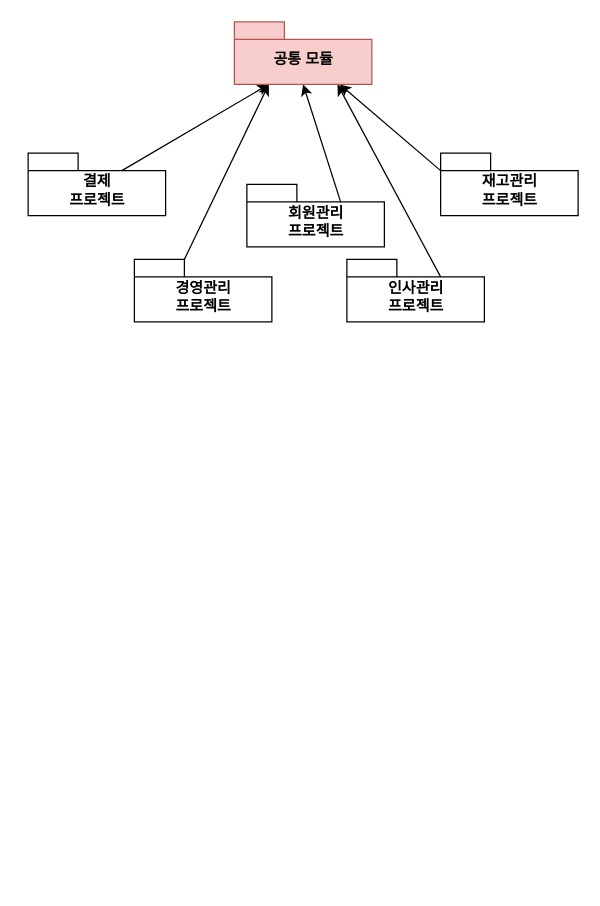
This is _posts/_image/_drawio/2019.s1.drawio from rura6502/rura6502.github.io, a draw.io file, before an edit. Source tidied: cells renumbered, new cells numbered last; positions are measured from the earlier drawing's top-left corner, leaving out a move shared by most shapes. Both pictures are drawn from the tidied source at 125%, with x=0, y=0 at pixel (28, 21).
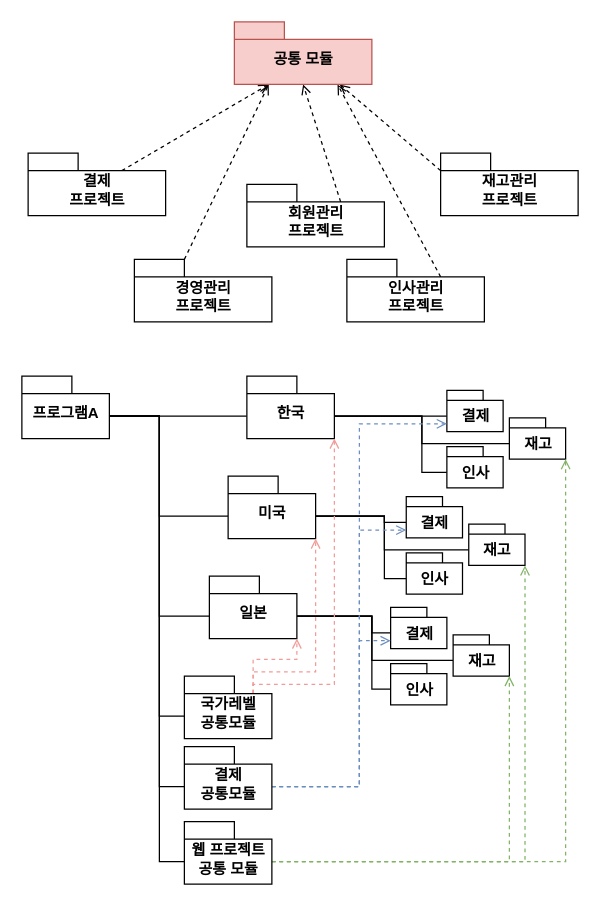
After the change.

Unchanged cells that the change refers to:
```xml
<mxCell id="3" value="결제&lt;br&gt;프로젝트&lt;br&gt;" style="shape=folder;fontStyle=1;spacingTop=10;tabWidth=40;tabHeight=14;tabPosition=left;html=1;" parent="1" vertex="1">
  <mxGeometry y="105" width="110" height="50" as="geometry" />
</mxCell>
<mxCell id="5" value="회원관리&lt;br&gt;프로젝트&lt;br&gt;" style="shape=folder;fontStyle=1;spacingTop=10;tabWidth=40;tabHeight=14;tabPosition=left;html=1;" parent="1" vertex="1">
  <mxGeometry x="175" y="130" width="110" height="50" as="geometry" />
</mxCell>
<mxCell id="7" value="재고관리&lt;br&gt;프로젝트&lt;br&gt;" style="shape=folder;fontStyle=1;spacingTop=10;tabWidth=40;tabHeight=14;tabPosition=left;html=1;" parent="1" vertex="1">
  <mxGeometry x="330" y="105" width="110" height="50" as="geometry" />
</mxCell>
<mxCell id="9" value="인사관리&lt;br&gt;프로젝트&lt;br&gt;" style="shape=folder;fontStyle=1;spacingTop=10;tabWidth=40;tabHeight=14;tabPosition=left;html=1;" parent="1" vertex="1">
  <mxGeometry x="255" y="190" width="110" height="50" as="geometry" />
</mxCell>
<mxCell id="11" value="경영관리&lt;br&gt;프로젝트&lt;br&gt;" style="shape=folder;fontStyle=1;spacingTop=10;tabWidth=40;tabHeight=14;tabPosition=left;html=1;" parent="1" vertex="1">
  <mxGeometry x="85" y="190" width="110" height="50" as="geometry" />
</mxCell>
<mxCell id="12" value="공통 모듈&lt;br&gt;" style="shape=folder;fontStyle=1;spacingTop=10;tabWidth=40;tabHeight=14;tabPosition=left;html=1;fillColor=#f8cecc;strokeColor=#b85450;" parent="1" vertex="1">
  <mxGeometry x="165" width="110" height="50" as="geometry" />
</mxCell>
```

Diff of the diagram source:
```diff
@@
-    <mxCell id="2" style="rounded=0;jettySize=auto;html=1;exitX=0;exitY=0;exitDx=75;exitDy=14;exitPerimeter=0;entryX=0.25;entryY=1;entryDx=0;entryDy=0;entryPerimeter=0;" parent="1" edge="1" source="3" target="12">
+    <mxCell id="2" style="rounded=0;jettySize=auto;html=1;exitX=0;exitY=0;exitDx=75;exitDy=14;exitPerimeter=0;entryX=0.25;entryY=1;entryDx=0;entryDy=0;entryPerimeter=0;endArrow=open;endFill=0;dashed=1;" parent="1" edge="1" source="3" target="12">
       <mxGeometry relative="1" as="geometry" />
     </mxCell>
@@
-    <mxCell id="4" style="edgeStyle=none;rounded=0;jettySize=auto;html=1;exitX=0;exitY=0;exitDx=75;exitDy=14;exitPerimeter=0;entryX=0.5;entryY=1;entryDx=0;entryDy=0;entryPerimeter=0;" parent="1" edge="1" source="5" target="12">
+    <mxCell id="4" style="edgeStyle=none;rounded=0;jettySize=auto;html=1;exitX=0;exitY=0;exitDx=75;exitDy=14;exitPerimeter=0;entryX=0.5;entryY=1;entryDx=0;entryDy=0;entryPerimeter=0;endArrow=open;endFill=0;dashed=1;" parent="1" edge="1" source="5" target="12">
       <mxGeometry relative="1" as="geometry" />
     </mxCell>
@@
-    <mxCell id="6" style="edgeStyle=none;rounded=0;jettySize=auto;html=1;exitX=0;exitY=0;exitDx=0;exitDy=14;exitPerimeter=0;" parent="1" edge="1" source="7" target="12">
+    <mxCell id="6" style="edgeStyle=none;rounded=0;jettySize=auto;html=1;exitX=0;exitY=0;exitDx=0;exitDy=14;exitPerimeter=0;endArrow=open;endFill=0;dashed=1;" parent="1" edge="1" source="7" target="12">
       <mxGeometry relative="1" as="geometry" />
     </mxCell>
@@
-    <mxCell id="8" style="edgeStyle=none;rounded=0;jettySize=auto;html=1;exitX=0;exitY=0;exitDx=75;exitDy=14;exitPerimeter=0;entryX=0.75;entryY=1;entryDx=0;entryDy=0;entryPerimeter=0;" parent="1" edge="1" source="9" target="12">
+    <mxCell id="8" style="edgeStyle=none;rounded=0;jettySize=auto;html=1;exitX=0;exitY=0;exitDx=75;exitDy=14;exitPerimeter=0;entryX=0.75;entryY=1;entryDx=0;entryDy=0;entryPerimeter=0;endArrow=open;endFill=0;dashed=1;" parent="1" edge="1" source="9" target="12">
       <mxGeometry relative="1" as="geometry" />
     </mxCell>
@@
-    <mxCell id="10" style="edgeStyle=none;rounded=0;jettySize=auto;html=1;exitX=0;exitY=0;exitDx=40;exitDy=0;exitPerimeter=0;entryX=0.25;entryY=1;entryDx=0;entryDy=0;entryPerimeter=0;" parent="1" edge="1" source="11" target="12">
+    <mxCell id="10" style="edgeStyle=none;rounded=0;jettySize=auto;html=1;exitX=0;exitY=0;exitDx=40;exitDy=0;exitPerimeter=0;entryX=0.25;entryY=1;entryDx=0;entryDy=0;entryPerimeter=0;endArrow=open;endFill=0;dashed=1;" parent="1" edge="1" source="11" target="12">
       <mxGeometry relative="1" as="geometry" />
     </mxCell>
@@
+    <mxCell id="13" style="edgeStyle=none;rounded=0;jettySize=auto;html=1;exitX=0;exitY=0;exitDx=70;exitDy=32;exitPerimeter=0;entryX=0;entryY=0;entryDx=0;entryDy=32;entryPerimeter=0;endArrow=none;endFill=0;startArrow=none;startFill=0;" parent="1" edge="1" source="19" target="23">
+      <mxGeometry relative="1" as="geometry" />
+    </mxCell>
+    <mxCell id="14" style="edgeStyle=orthogonalEdgeStyle;rounded=0;jettySize=auto;html=1;exitX=0;exitY=0;exitDx=70;exitDy=32;exitPerimeter=0;entryX=0;entryY=0;entryDx=0;entryDy=32;entryPerimeter=0;endArrow=none;endFill=0;" parent="1" edge="1" source="19" target="27">
+      <mxGeometry relative="1" as="geometry">
+        <Array as="points">
+          <mxPoint x="105" y="315.3" />
+          <mxPoint x="105" y="395.3" />
+        </Array>
+      </mxGeometry>
+    </mxCell>
+    <mxCell id="15" style="edgeStyle=orthogonalEdgeStyle;rounded=0;jettySize=auto;html=1;exitX=0;exitY=0;exitDx=70;exitDy=32;exitPerimeter=0;entryX=0;entryY=0;entryDx=0;entryDy=32;entryPerimeter=0;endArrow=none;endFill=0;" parent="1" edge="1" source="19" target="31">
+      <mxGeometry relative="1" as="geometry" />
+    </mxCell>
+    <mxCell id="16" style="edgeStyle=orthogonalEdgeStyle;rounded=0;jettySize=auto;html=1;exitX=0;exitY=0;exitDx=70;exitDy=32;exitPerimeter=0;entryX=0;entryY=0;entryDx=0;entryDy=32;entryPerimeter=0;endArrow=none;endFill=0;" parent="1" edge="1" source="19" target="35">
+      <mxGeometry relative="1" as="geometry">
+        <Array as="points">
+          <mxPoint x="105" y="315.3" />
+          <mxPoint x="105" y="555.3" />
+        </Array>
+      </mxGeometry>
+    </mxCell>
+    <mxCell id="17" style="edgeStyle=orthogonalEdgeStyle;rounded=0;jettySize=auto;html=1;exitX=0;exitY=0;exitDx=70;exitDy=32;exitPerimeter=0;entryX=0;entryY=0;entryDx=0;entryDy=32;entryPerimeter=0;startArrow=none;startFill=0;endArrow=none;endFill=0;strokeColor=#000000;" parent="1" edge="1" source="19" target="48">
+      <mxGeometry relative="1" as="geometry">
+        <Array as="points">
+          <mxPoint x="105" y="315" />
+          <mxPoint x="105" y="612" />
+        </Array>
+      </mxGeometry>
+    </mxCell>
+    <mxCell id="18" style="edgeStyle=orthogonalEdgeStyle;rounded=0;jettySize=auto;html=1;exitX=0;exitY=0;exitDx=70;exitDy=32;exitPerimeter=0;entryX=0;entryY=0;entryDx=0;entryDy=32;entryPerimeter=0;startArrow=none;startFill=0;endArrow=none;endFill=0;strokeColor=#000000;" parent="1" edge="1" source="19" target="52">
+      <mxGeometry relative="1" as="geometry">
+        <Array as="points">
+          <mxPoint x="105" y="315" />
+          <mxPoint x="105" y="672" />
+        </Array>
+      </mxGeometry>
+    </mxCell>
+    <mxCell id="19" value="프로그램A" style="shape=folder;fontStyle=1;spacingTop=10;tabWidth=40;tabHeight=14;tabPosition=left;html=1;" parent="1" vertex="1">
+      <mxGeometry x="-5" y="283.3" width="70" height="50" as="geometry" />
+    </mxCell>
+    <mxCell id="20" style="edgeStyle=orthogonalEdgeStyle;rounded=0;jettySize=auto;html=1;exitX=0;exitY=0;exitDx=70;exitDy=32;exitPerimeter=0;entryX=0;entryY=0;entryDx=0;entryDy=20.5;entryPerimeter=0;startArrow=none;startFill=0;endArrow=none;endFill=0;strokeColor=#000000;" parent="1" edge="1" source="23" target="36">
+      <mxGeometry relative="1" as="geometry" />
+    </mxCell>
+    <mxCell id="21" style="edgeStyle=orthogonalEdgeStyle;rounded=0;jettySize=auto;html=1;exitX=0;exitY=0;exitDx=70;exitDy=32;exitPerimeter=0;entryX=0;entryY=0;entryDx=0;entryDy=20.5;entryPerimeter=0;startArrow=none;startFill=0;endArrow=none;endFill=0;strokeColor=#000000;" parent="1" edge="1" source="23" target="37">
+      <mxGeometry relative="1" as="geometry">
+        <Array as="points">
+          <mxPoint x="315" y="315" />
+          <mxPoint x="315" y="360" />
+        </Array>
+      </mxGeometry>
+    </mxCell>
+    <mxCell id="22" style="edgeStyle=orthogonalEdgeStyle;rounded=0;jettySize=auto;html=1;exitX=0;exitY=0;exitDx=70;exitDy=32;exitPerimeter=0;entryX=0;entryY=0;entryDx=0;entryDy=20.5;entryPerimeter=0;startArrow=none;startFill=0;endArrow=none;endFill=0;strokeColor=#000000;" parent="1" edge="1" source="23" target="38">
+      <mxGeometry relative="1" as="geometry" />
+    </mxCell>
+    <mxCell id="23" value="한국" style="shape=folder;fontStyle=1;spacingTop=10;tabWidth=40;tabHeight=14;tabPosition=left;html=1;" parent="1" vertex="1">
+      <mxGeometry x="175" y="283.3" width="70" height="50" as="geometry" />
+    </mxCell>
+    <mxCell id="24" style="edgeStyle=orthogonalEdgeStyle;rounded=0;jettySize=auto;html=1;exitX=0;exitY=0;exitDx=70;exitDy=32;exitPerimeter=0;entryX=0;entryY=0;entryDx=0;entryDy=20.5;entryPerimeter=0;startArrow=none;startFill=0;endArrow=none;endFill=0;strokeColor=#000000;" parent="1" edge="1" source="27" target="39">
+      <mxGeometry relative="1" as="geometry">
+        <Array as="points">
+          <mxPoint x="285" y="395" />
+          <mxPoint x="285" y="400" />
+        </Array>
+      </mxGeometry>
+    </mxCell>
+    <mxCell id="25" style="edgeStyle=orthogonalEdgeStyle;rounded=0;jettySize=auto;html=1;exitX=0;exitY=0;exitDx=70;exitDy=32;exitPerimeter=0;entryX=0;entryY=0;entryDx=0;entryDy=20.5;entryPerimeter=0;startArrow=none;startFill=0;endArrow=none;endFill=0;strokeColor=#000000;" parent="1" edge="1" source="27" target="41">
+      <mxGeometry relative="1" as="geometry">
+        <Array as="points">
+          <mxPoint x="285" y="395" />
+          <mxPoint x="285" y="422" />
+        </Array>
+      </mxGeometry>
+    </mxCell>
+    <mxCell id="26" style="edgeStyle=orthogonalEdgeStyle;rounded=0;jettySize=auto;html=1;exitX=0;exitY=0;exitDx=70;exitDy=32;exitPerimeter=0;entryX=0;entryY=0;entryDx=0;entryDy=20.5;entryPerimeter=0;startArrow=none;startFill=0;endArrow=none;endFill=0;strokeColor=#000000;" parent="1" edge="1" source="27" target="40">
+      <mxGeometry relative="1" as="geometry">
+        <Array as="points">
+          <mxPoint x="285" y="395" />
+          <mxPoint x="285" y="445" />
+        </Array>
+      </mxGeometry>
+    </mxCell>
+    <mxCell id="27" value="미국" style="shape=folder;fontStyle=1;spacingTop=10;tabWidth=40;tabHeight=14;tabPosition=left;html=1;" parent="1" vertex="1">
+      <mxGeometry x="160" y="363.3" width="70" height="50" as="geometry" />
+    </mxCell>
+    <mxCell id="28" style="edgeStyle=orthogonalEdgeStyle;rounded=0;jettySize=auto;html=1;exitX=0;exitY=0;exitDx=70;exitDy=32;exitPerimeter=0;entryX=0;entryY=0;entryDx=0;entryDy=20.5;entryPerimeter=0;startArrow=none;startFill=0;endArrow=none;endFill=0;strokeColor=#000000;" parent="1" edge="1" source="31" target="42">
+      <mxGeometry relative="1" as="geometry">
+        <Array as="points">
+          <mxPoint x="275" y="475" />
+          <mxPoint x="275" y="489" />
+        </Array>
+      </mxGeometry>
+    </mxCell>
+    <mxCell id="29" style="edgeStyle=orthogonalEdgeStyle;rounded=0;jettySize=auto;html=1;exitX=0;exitY=0;exitDx=70;exitDy=32;exitPerimeter=0;entryX=0;entryY=0;entryDx=0;entryDy=20.5;entryPerimeter=0;startArrow=none;startFill=0;endArrow=none;endFill=0;strokeColor=#000000;" parent="1" edge="1" source="31" target="44">
+      <mxGeometry relative="1" as="geometry">
+        <Array as="points">
+          <mxPoint x="275" y="475" />
+          <mxPoint x="275" y="511" />
+        </Array>
+      </mxGeometry>
+    </mxCell>
+    <mxCell id="30" style="edgeStyle=orthogonalEdgeStyle;rounded=0;jettySize=auto;html=1;exitX=0;exitY=0;exitDx=70;exitDy=32;exitPerimeter=0;entryX=0;entryY=0;entryDx=0;entryDy=20.5;entryPerimeter=0;startArrow=none;startFill=0;endArrow=none;endFill=0;strokeColor=#000000;" parent="1" edge="1" source="31" target="43">
+      <mxGeometry relative="1" as="geometry">
+        <Array as="points">
+          <mxPoint x="275" y="475" />
+          <mxPoint x="275" y="534" />
+        </Array>
+      </mxGeometry>
+    </mxCell>
+    <mxCell id="31" value="일본" style="shape=folder;fontStyle=1;spacingTop=10;tabWidth=40;tabHeight=14;tabPosition=left;html=1;" parent="1" vertex="1">
+      <mxGeometry x="145" y="443.3" width="70" height="50" as="geometry" />
+    </mxCell>
+    <mxCell id="32" style="edgeStyle=orthogonalEdgeStyle;rounded=0;jettySize=auto;html=1;exitX=0;exitY=0;exitDx=55;exitDy=14;exitPerimeter=0;entryX=0;entryY=0;entryDx=70;entryDy=50;entryPerimeter=0;endArrow=open;endFill=0;dashed=1;strokeColor=#F19C99;" parent="1" edge="1" source="35" target="31">
+      <mxGeometry relative="1" as="geometry">
+        <Array as="points">
+          <mxPoint x="180" y="510" />
+          <mxPoint x="215" y="510" />
+        </Array>
+      </mxGeometry>
+    </mxCell>
+    <mxCell id="33" style="edgeStyle=orthogonalEdgeStyle;rounded=0;jettySize=auto;html=1;exitX=0;exitY=0;exitDx=55;exitDy=14;exitPerimeter=0;entryX=0;entryY=0;entryDx=70;entryDy=50;entryPerimeter=0;dashed=1;endArrow=open;endFill=0;strokeColor=#F19C99;" parent="1" edge="1" source="35" target="27">
+      <mxGeometry relative="1" as="geometry">
+        <Array as="points">
+          <mxPoint x="180" y="520" />
+          <mxPoint x="230" y="520" />
+        </Array>
+      </mxGeometry>
+    </mxCell>
+    <mxCell id="34" style="edgeStyle=orthogonalEdgeStyle;rounded=0;jettySize=auto;html=1;exitX=0;exitY=0;exitDx=55;exitDy=14;exitPerimeter=0;dashed=1;endArrow=open;endFill=0;strokeColor=#F19C99;entryX=0;entryY=0;entryDx=70;entryDy=50;entryPerimeter=0;" parent="1" edge="1" source="35" target="23">
+      <mxGeometry relative="1" as="geometry">
+        <Array as="points">
+          <mxPoint x="180" y="530" />
+          <mxPoint x="245" y="530" />
+        </Array>
+      </mxGeometry>
+    </mxCell>
+    <mxCell id="35" value="국가레벨&lt;br&gt;공통모듈&lt;br&gt;" style="shape=folder;fontStyle=1;spacingTop=10;tabWidth=40;tabHeight=14;tabPosition=left;html=1;" parent="1" vertex="1">
+      <mxGeometry x="125" y="523.3" width="70" height="50" as="geometry" />
+    </mxCell>
+    <mxCell id="36" value="결제" style="shape=folder;fontStyle=1;spacingTop=10;tabWidth=29;tabHeight=8;tabPosition=left;html=1;" parent="1" vertex="1">
+      <mxGeometry x="335" y="294.8" width="45" height="33" as="geometry" />
+    </mxCell>
+    <mxCell id="37" value="인사" style="shape=folder;fontStyle=1;spacingTop=10;tabWidth=29;tabHeight=8;tabPosition=left;html=1;" parent="1" vertex="1">
+      <mxGeometry x="335" y="339.8" width="45" height="33" as="geometry" />
+    </mxCell>
+    <mxCell id="38" value="재고" style="shape=folder;fontStyle=1;spacingTop=10;tabWidth=29;tabHeight=8;tabPosition=left;html=1;" parent="1" vertex="1">
+      <mxGeometry x="385" y="316.8" width="45" height="33" as="geometry" />
+    </mxCell>
+    <mxCell id="39" value="결제" style="shape=folder;fontStyle=1;spacingTop=10;tabWidth=29;tabHeight=8;tabPosition=left;html=1;" parent="1" vertex="1">
+      <mxGeometry x="302.5" y="379.8" width="45" height="33" as="geometry" />
+    </mxCell>
+    <mxCell id="40" value="인사" style="shape=folder;fontStyle=1;spacingTop=10;tabWidth=29;tabHeight=8;tabPosition=left;html=1;" parent="1" vertex="1">
+      <mxGeometry x="302.5" y="424.8" width="45" height="33" as="geometry" />
+    </mxCell>
+    <mxCell id="41" value="재고" style="shape=folder;fontStyle=1;spacingTop=10;tabWidth=29;tabHeight=8;tabPosition=left;html=1;" parent="1" vertex="1">
+      <mxGeometry x="352.5" y="401.8" width="45" height="33" as="geometry" />
+    </mxCell>
+    <mxCell id="42" value="결제" style="shape=folder;fontStyle=1;spacingTop=10;tabWidth=29;tabHeight=8;tabPosition=left;html=1;" parent="1" vertex="1">
+      <mxGeometry x="290" y="468.3" width="45" height="33" as="geometry" />
+    </mxCell>
+    <mxCell id="43" value="인사" style="shape=folder;fontStyle=1;spacingTop=10;tabWidth=29;tabHeight=8;tabPosition=left;html=1;" parent="1" vertex="1">
+      <mxGeometry x="290" y="513.3" width="45" height="33" as="geometry" />
+    </mxCell>
+    <mxCell id="44" value="재고" style="shape=folder;fontStyle=1;spacingTop=10;tabWidth=29;tabHeight=8;tabPosition=left;html=1;" parent="1" vertex="1">
+      <mxGeometry x="340" y="490.3" width="45" height="33" as="geometry" />
+    </mxCell>
+    <mxCell id="45" style="edgeStyle=orthogonalEdgeStyle;rounded=0;jettySize=auto;html=1;exitX=0;exitY=0;exitDx=70;exitDy=32;exitPerimeter=0;entryX=0;entryY=0;entryDx=0;entryDy=26.75;entryPerimeter=0;startArrow=none;startFill=0;endArrow=open;endFill=0;strokeColor=#6c8ebf;dashed=1;fillColor=#dae8fc;" parent="1" edge="1" source="48" target="42">
+      <mxGeometry relative="1" as="geometry">
+        <Array as="points">
+          <mxPoint x="265" y="612" />
+          <mxPoint x="265" y="495" />
+        </Array>
+      </mxGeometry>
+    </mxCell>
+    <mxCell id="46" style="edgeStyle=orthogonalEdgeStyle;rounded=0;jettySize=auto;html=1;exitX=0;exitY=0;exitDx=70;exitDy=32;exitPerimeter=0;entryX=0;entryY=0;entryDx=0;entryDy=26.75;entryPerimeter=0;dashed=1;startArrow=none;startFill=0;endArrow=open;endFill=0;strokeColor=#6c8ebf;fillColor=#dae8fc;" parent="1" edge="1" source="48" target="39">
+      <mxGeometry relative="1" as="geometry">
+        <Array as="points">
+          <mxPoint x="265" y="612" />
+          <mxPoint x="265" y="406" />
+        </Array>
+      </mxGeometry>
+    </mxCell>
+    <mxCell id="47" style="edgeStyle=orthogonalEdgeStyle;rounded=0;jettySize=auto;html=1;exitX=0;exitY=0;exitDx=70;exitDy=32;exitPerimeter=0;entryX=0;entryY=0;entryDx=0;entryDy=26.75;entryPerimeter=0;dashed=1;startArrow=none;startFill=0;endArrow=open;endFill=0;strokeColor=#6c8ebf;fillColor=#dae8fc;" parent="1" edge="1" source="48" target="36">
+      <mxGeometry relative="1" as="geometry" />
+    </mxCell>
+    <mxCell id="48" value="결제&lt;br&gt;공통모듈&lt;br&gt;" style="shape=folder;fontStyle=1;spacingTop=10;tabWidth=40;tabHeight=14;tabPosition=left;html=1;" parent="1" vertex="1">
+      <mxGeometry x="125" y="579.8" width="70" height="50" as="geometry" />
+    </mxCell>
+    <mxCell id="49" style="edgeStyle=orthogonalEdgeStyle;rounded=0;jettySize=auto;html=1;exitX=0;exitY=0;exitDx=70;exitDy=32;exitPerimeter=0;entryX=0;entryY=0;entryDx=45;entryDy=33;entryPerimeter=0;startArrow=none;startFill=0;endArrow=open;endFill=0;strokeColor=#82b366;fillColor=#d5e8d4;dashed=1;" parent="1" edge="1" source="52" target="44">
+      <mxGeometry relative="1" as="geometry" />
+    </mxCell>
+    <mxCell id="50" style="edgeStyle=orthogonalEdgeStyle;rounded=0;jettySize=auto;html=1;exitX=0;exitY=0;exitDx=70;exitDy=32;exitPerimeter=0;entryX=0;entryY=0;entryDx=45;entryDy=33;entryPerimeter=0;dashed=1;startArrow=none;startFill=0;endArrow=open;endFill=0;strokeColor=#82b366;fillColor=#d5e8d4;" parent="1" edge="1" source="52" target="41">
+      <mxGeometry relative="1" as="geometry" />
+    </mxCell>
+    <mxCell id="51" style="edgeStyle=orthogonalEdgeStyle;rounded=0;jettySize=auto;html=1;exitX=0;exitY=0;exitDx=70;exitDy=32;exitPerimeter=0;entryX=0;entryY=0;entryDx=45;entryDy=33;entryPerimeter=0;dashed=1;startArrow=none;startFill=0;endArrow=open;endFill=0;strokeColor=#82b366;fillColor=#d5e8d4;" parent="1" edge="1" source="52" target="38">
+      <mxGeometry relative="1" as="geometry" />
+    </mxCell>
+    <mxCell id="52" value="웹 프로젝트&lt;br&gt;공통 모듈&lt;br&gt;" style="shape=folder;fontStyle=1;spacingTop=10;tabWidth=40;tabHeight=14;tabPosition=left;html=1;" parent="1" vertex="1">
+      <mxGeometry x="125" y="639.8" width="70" height="50" as="geometry" />
+    </mxCell>
```
